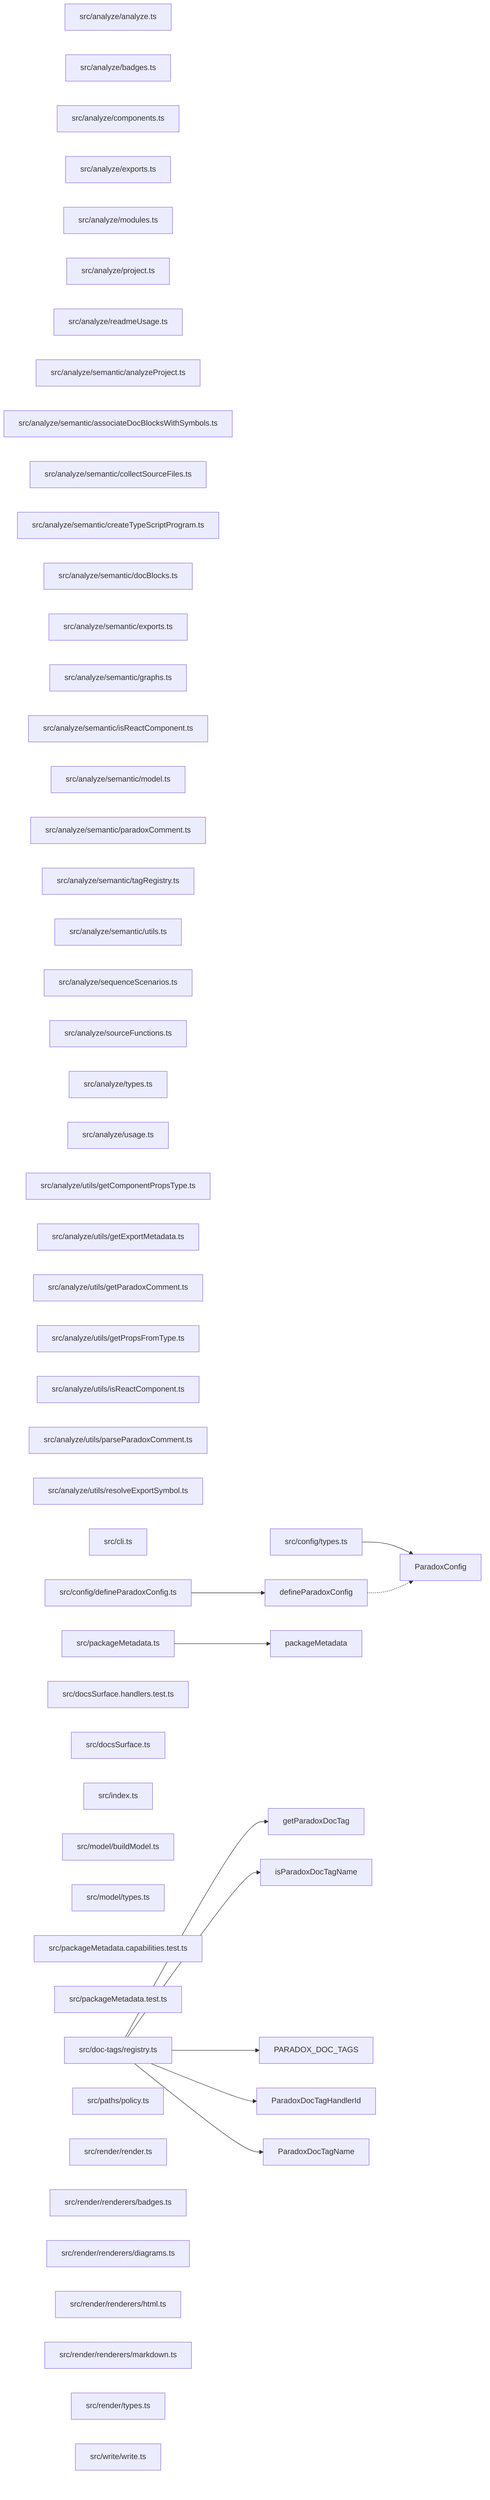
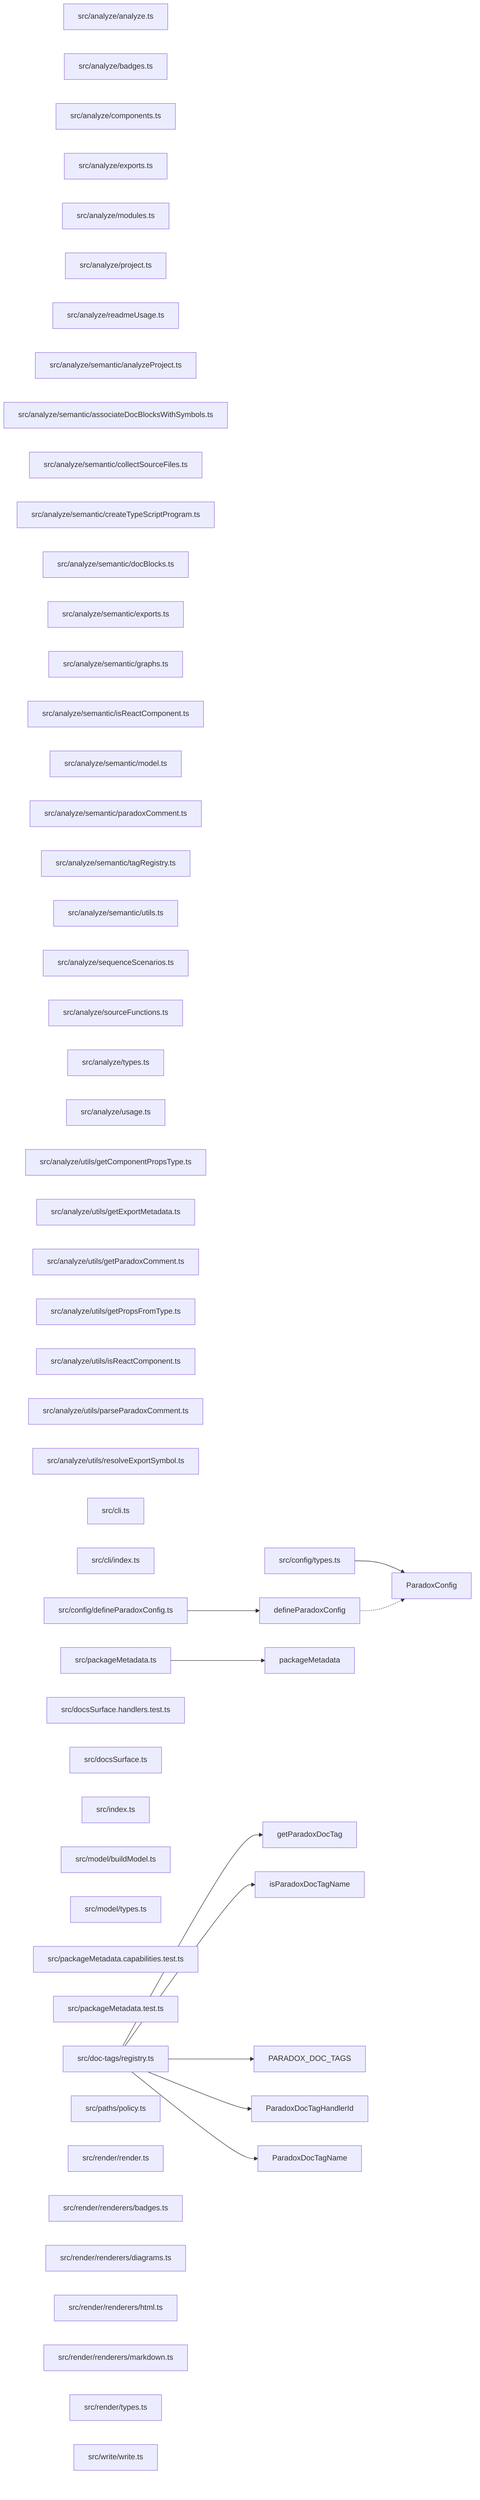
graph LR
  module_src_analyze_analyze_ts["src/analyze/analyze.ts"]
  module_src_analyze_badges_ts["src/analyze/badges.ts"]
  module_src_analyze_components_ts["src/analyze/components.ts"]
  module_src_analyze_exports_ts["src/analyze/exports.ts"]
  module_src_analyze_modules_ts["src/analyze/modules.ts"]
  module_src_analyze_project_ts["src/analyze/project.ts"]
  module_src_analyze_readmeUsage_ts["src/analyze/readmeUsage.ts"]
  module_src_analyze_semantic_analyzeProject_ts["src/analyze/semantic/analyzeProject.ts"]
  module_src_analyze_semantic_associateDocBlocksWithSymbols_ts["src/analyze/semantic/associateDocBlocksWithSymbols.ts"]
  module_src_analyze_semantic_collectSourceFiles_ts["src/analyze/semantic/collectSourceFiles.ts"]
  module_src_analyze_semantic_createTypeScriptProgram_ts["src/analyze/semantic/createTypeScriptProgram.ts"]
  module_src_analyze_semantic_docBlocks_ts["src/analyze/semantic/docBlocks.ts"]
  module_src_analyze_semantic_exports_ts["src/analyze/semantic/exports.ts"]
  module_src_analyze_semantic_graphs_ts["src/analyze/semantic/graphs.ts"]
  module_src_analyze_semantic_isReactComponent_ts["src/analyze/semantic/isReactComponent.ts"]
  module_src_analyze_semantic_model_ts["src/analyze/semantic/model.ts"]
  module_src_analyze_semantic_paradoxComment_ts["src/analyze/semantic/paradoxComment.ts"]
  module_src_analyze_semantic_tagRegistry_ts["src/analyze/semantic/tagRegistry.ts"]
  module_src_analyze_semantic_utils_ts["src/analyze/semantic/utils.ts"]
  module_src_analyze_sequenceScenarios_ts["src/analyze/sequenceScenarios.ts"]
  module_src_analyze_sourceFunctions_ts["src/analyze/sourceFunctions.ts"]
  module_src_analyze_types_ts["src/analyze/types.ts"]
  module_src_analyze_usage_ts["src/analyze/usage.ts"]
  module_src_analyze_utils_getComponentPropsType_ts["src/analyze/utils/getComponentPropsType.ts"]
  module_src_analyze_utils_getExportMetadata_ts["src/analyze/utils/getExportMetadata.ts"]
  module_src_analyze_utils_getParadoxComment_ts["src/analyze/utils/getParadoxComment.ts"]
  module_src_analyze_utils_getPropsFromType_ts["src/analyze/utils/getPropsFromType.ts"]
  module_src_analyze_utils_isReactComponent_ts["src/analyze/utils/isReactComponent.ts"]
  module_src_analyze_utils_parseParadoxComment_ts["src/analyze/utils/parseParadoxComment.ts"]
  module_src_analyze_utils_resolveExportSymbol_ts["src/analyze/utils/resolveExportSymbol.ts"]
  module_src_cli_ts["src/cli.ts"]
+   module_src_cli_index_ts["src/cli/index.ts"]
  module_src_config_defineParadoxConfig_ts["src/config/defineParadoxConfig.ts"]
  module_src_config_types_ts["src/config/types.ts"]
  module_src_doc_tags_registry_ts["src/doc-tags/registry.ts"]
  module_src_docsSurface_handlers_test_ts["src/docsSurface.handlers.test.ts"]
  module_src_docsSurface_ts["src/docsSurface.ts"]
  module_src_index_ts["src/index.ts"]
  module_src_model_buildModel_ts["src/model/buildModel.ts"]
  module_src_model_types_ts["src/model/types.ts"]
  module_src_packageMetadata_capabilities_test_ts["src/packageMetadata.capabilities.test.ts"]
  module_src_packageMetadata_test_ts["src/packageMetadata.test.ts"]
  module_src_packageMetadata_ts["src/packageMetadata.ts"]
  module_src_paths_policy_ts["src/paths/policy.ts"]
  module_src_render_render_ts["src/render/render.ts"]
  module_src_render_renderers_badges_ts["src/render/renderers/badges.ts"]
  module_src_render_renderers_diagrams_ts["src/render/renderers/diagrams.ts"]
  module_src_render_renderers_html_ts["src/render/renderers/html.ts"]
  module_src_render_renderers_markdown_ts["src/render/renderers/markdown.ts"]
  module_src_render_types_ts["src/render/types.ts"]
  module_src_write_write_ts["src/write/write.ts"]
  export_defineParadoxConfig["defineParadoxConfig"]
  module_src_config_defineParadoxConfig_ts --> export_defineParadoxConfig
  export_defineParadoxConfig -.-> export_ParadoxConfig
  export_getParadoxDocTag["getParadoxDocTag"]
  module_src_doc_tags_registry_ts --> export_getParadoxDocTag
  export_isParadoxDocTagName["isParadoxDocTagName"]
  module_src_doc_tags_registry_ts --> export_isParadoxDocTagName
  export_packageMetadata["packageMetadata"]
  module_src_packageMetadata_ts --> export_packageMetadata
  export_PARADOX_DOC_TAGS["PARADOX_DOC_TAGS"]
  module_src_doc_tags_registry_ts --> export_PARADOX_DOC_TAGS
  export_ParadoxConfig["ParadoxConfig"]
  module_src_config_types_ts --> export_ParadoxConfig
  export_ParadoxDocTagHandlerId["ParadoxDocTagHandlerId"]
  module_src_doc_tags_registry_ts --> export_ParadoxDocTagHandlerId
  export_ParadoxDocTagName["ParadoxDocTagName"]
  module_src_doc_tags_registry_ts --> export_ParadoxDocTagName
